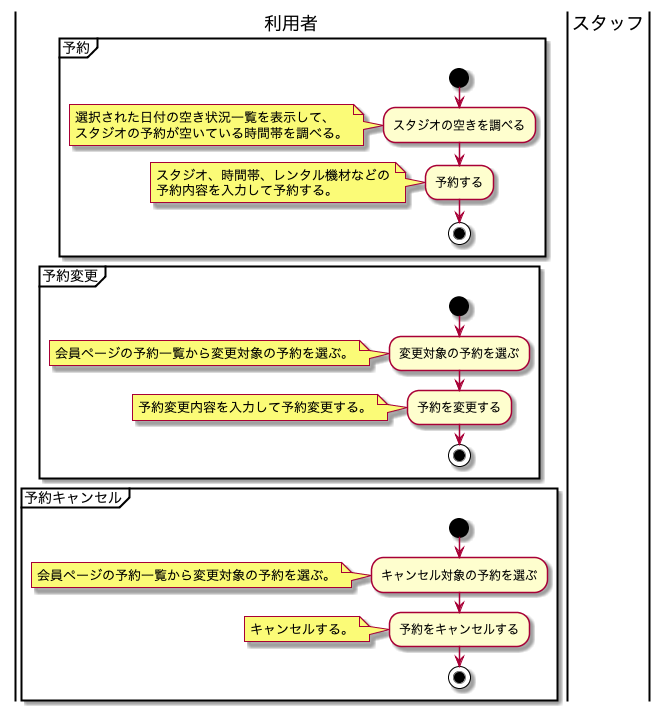
Earlier version of the PlantUML export modeling/BusinessFlow_WEB予約/BusinessFlow.png (TakashiOnawa/ddd-practice-studio-reservation). The source it was exported from:
```plantuml
@startuml BusinessFlow

|利用者|
partition 予約 {
    start
    :スタジオの空きを調べる;
    note left
    選択された日付の空き状況一覧を表示して、
    スタジオの予約が空いている時間帯を調べる。
    end note

    :予約する;
    note left
    スタジオ、時間帯、レンタル機材などの
    予約内容を入力して予約する。
    end note
    stop
}


|利用者|
partition 予約変更 {
    start
    :変更対象の予約を選ぶ;
    note left
    会員ページの予約一覧から変更対象の予約を選ぶ。
    end note

    :予約を変更する;
    note left
    予約変更内容を入力して予約変更する。
    end note
    stop
}


|利用者|
partition 予約キャンセル {
    start
    :キャンセル対象の予約を選ぶ;
    note left
    会員ページの予約一覧から変更対象の予約を選ぶ。
    end note

    :予約をキャンセルする;
    note left
    キャンセルする。
    end note
    stop
}

|スタッフ|

@enduml
```
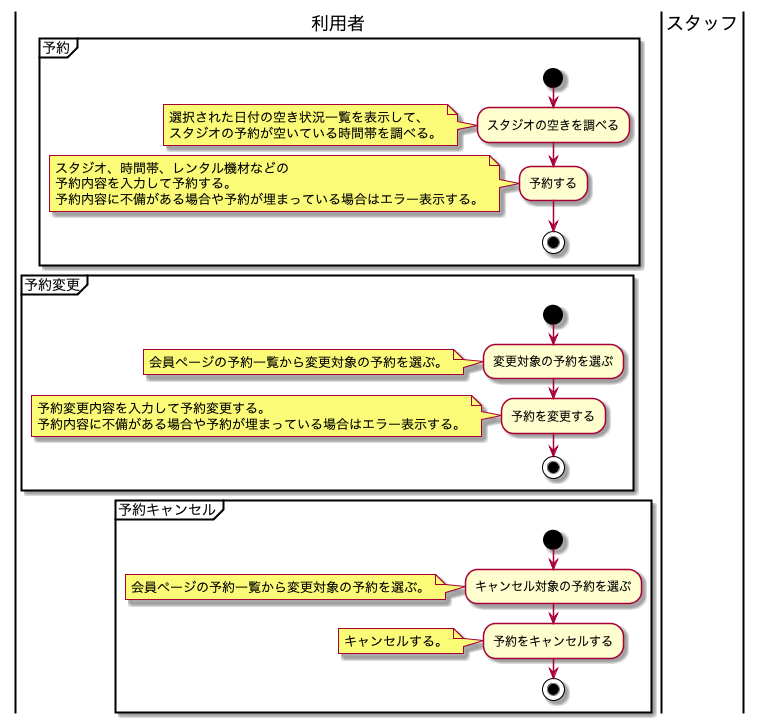
After the commit.

The edit, as a diff of the source:
```diff
@@ -13,6 +13,7 @@
     note left
     スタジオ、時間帯、レンタル機材などの
     予約内容を入力して予約する。
+    予約内容に不備がある場合や予約が埋まっている場合はエラー表示する。
     end note
     stop
 }
@@ -29,6 +30,7 @@
     :予約を変更する;
     note left
     予約変更内容を入力して予約変更する。
+    予約内容に不備がある場合や予約が埋まっている場合はエラー表示する。
     end note
     stop
 }
```
